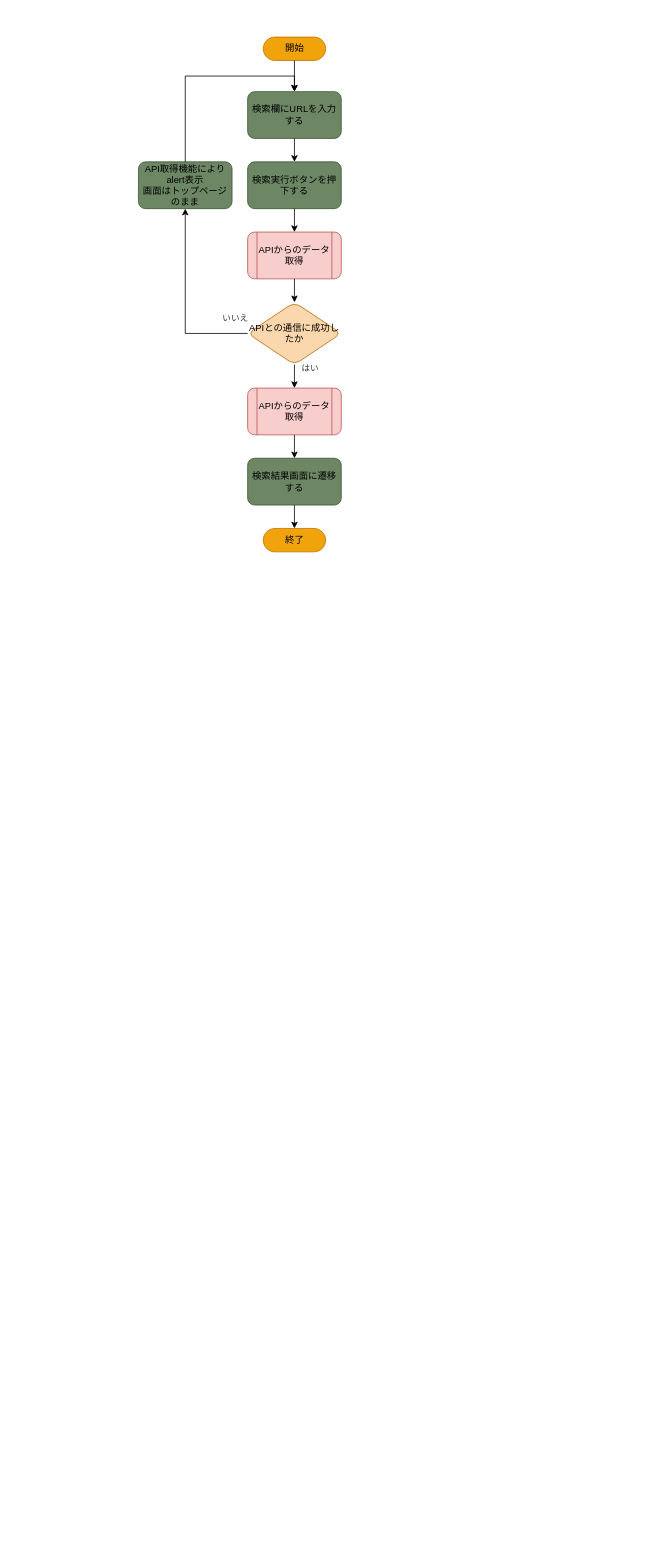
This is doc/詳細設計.drawio from divergen371/tech-investigator, a draw.io file, before an edit. Source tidied: cells renumbered, new cells numbered last; positions are measured from the earlier drawing's top-left corner, leaving out a move shared by most shapes. Both pictures are drawn from the tidied source at 78%, with x=0, y=0 at pixel (138, 37).
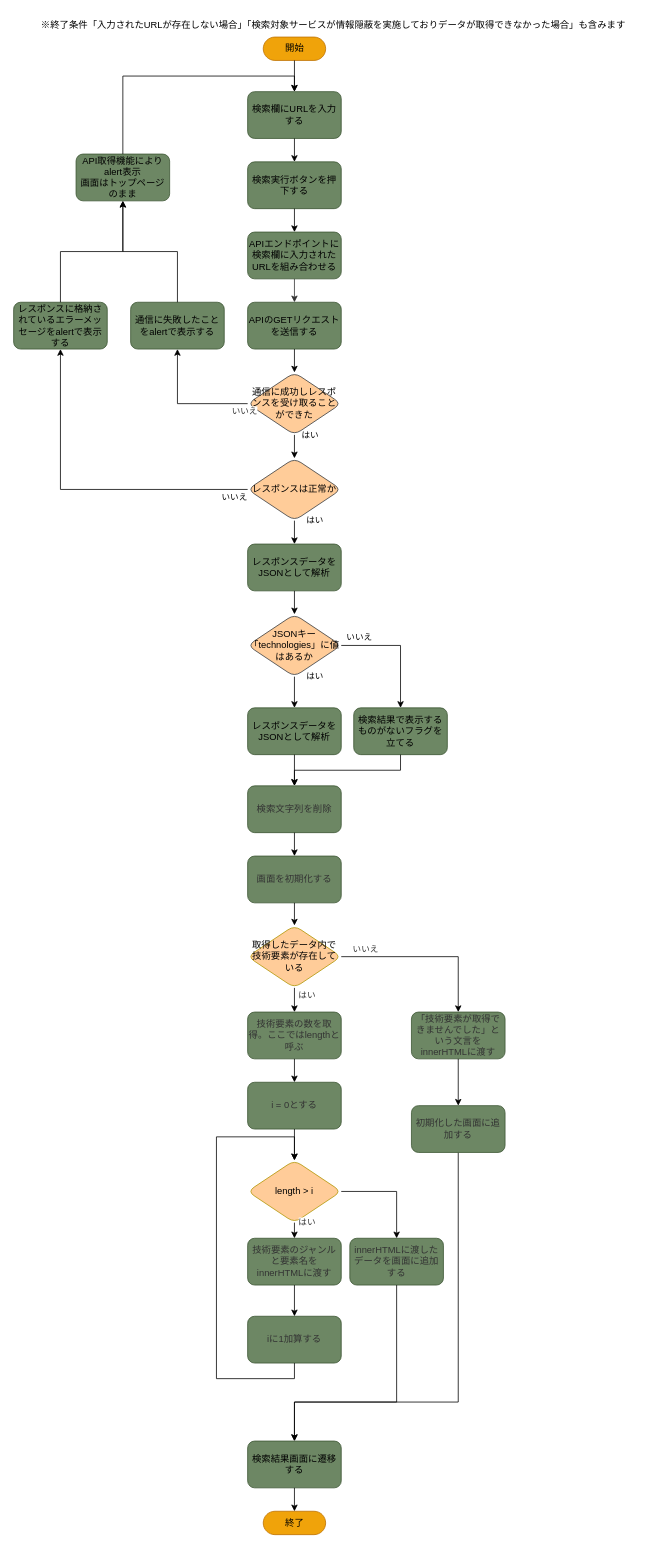
After the change.

The change refers to these unchanged cells:
```xml
<mxCell id="4" value="検索欄にURLを入力する" style="rounded=1;whiteSpace=wrap;html=1;fillColor=#6d8764;strokeColor=#3A5431;fontColor=#000000;" parent="1" vertex="1">
  <mxGeometry x="140" y="70" width="120" height="60" as="geometry" />
</mxCell>
<mxCell id="5" value="検索実行ボタンを押下する" style="rounded=1;whiteSpace=wrap;html=1;fillColor=#6d8764;strokeColor=#3A5431;fontColor=#000000;" parent="1" vertex="1">
  <mxGeometry x="140" y="160" width="120" height="60" as="geometry" />
</mxCell>
```

What changed in the source:
```diff
@@
     <mxCell id="7" value="検索結果画面に遷移する" style="rounded=1;whiteSpace=wrap;html=1;fillColor=#6d8764;strokeColor=#3A5431;fontColor=#000000;" parent="1" vertex="1">
-      <mxGeometry x="140" y="540" width="120" height="60" as="geometry" />
+      <mxGeometry x="140" y="1800" width="120" height="60" as="geometry" />
     </mxCell>
-    <mxCell id="8" style="endArrow=classic;html=1;fontColor=#000000;exitX=0.5;exitY=1;exitDx=0;exitDy=0;entryX=0.5;entryY=0;entryDx=0;entryDy=0;" parent="1" edge="1" source="5" target="16">
-      <mxGeometry relative="1" as="geometry" />
+    <mxCell id="8" style="endArrow=classic;html=1;fontColor=#000000;exitX=0.5;exitY=1;exitDx=0;exitDy=0;entryX=0.5;entryY=0;entryDx=0;entryDy=0;" parent="1" edge="1" source="5">
+      <mxGeometry relative="1" as="geometry">
+        <mxPoint x="200" y="250" as="targetPoint" />
+      </mxGeometry>
     </mxCell>
     <mxCell id="9" value="終了" style="html=1;dashed=0;whitespace=wrap;shape=mxgraph.dfd.start;fillColor=#f0a30a;strokeColor=#BD7000;fontColor=#000000;" parent="1" vertex="1">
-      <mxGeometry x="160" y="630" width="80" height="30" as="geometry" />
+      <mxGeometry x="160" y="1890" width="80" height="30" as="geometry" />
     </mxCell>
@@
-    <mxCell id="11" value="APIとの通信に成功したか" style="rhombus;whiteSpace=wrap;html=1;rounded=1;labelBackgroundColor=none;fillColor=#fad7ac;strokeColor=#b46504;" parent="1" vertex="1">
-      <mxGeometry x="140" y="340" width="120" height="80" as="geometry" />
-    </mxCell>
-    <mxCell id="12" value="はい" style="endArrow=classic;html=1;rounded=0;fontColor=#333333;exitX=0.5;exitY=1;exitDx=0;exitDy=0;entryX=0.5;entryY=0;entryDx=0;entryDy=0;" parent="1" edge="1" source="11" target="18">
-      <mxGeometry x="-0.67" y="20" relative="1" as="geometry" />
-    </mxCell>
-    <mxCell id="13" value="いいえ" style="endArrow=classic;html=1;rounded=0;fontColor=#333333;exitX=0;exitY=0.5;exitDx=0;exitDy=0;entryX=0.5;entryY=1;entryDx=0;entryDy=0;edgeStyle=orthogonalEdgeStyle;" parent="1" edge="1" source="11" target="14">
-      <mxGeometry x="-0.87" y="-20" relative="1" as="geometry" />
-    </mxCell>
     <mxCell id="14" value="API取得機能によりalert表示&lt;br&gt;画面はトップページのまま" style="rounded=1;whiteSpace=wrap;html=1;fillColor=#6d8764;strokeColor=#3A5431;fontColor=#000000;" parent="1" vertex="1">
-      <mxGeometry y="160" width="120" height="60" as="geometry" />
+      <mxGeometry x="-80" y="150" width="120" height="60" as="geometry" />
     </mxCell>
     <mxCell id="15" style="endArrow=classic;html=1;rounded=0;fontColor=#333333;exitX=0.5;exitY=0;exitDx=0;exitDy=0;entryX=0.5;entryY=0;entryDx=0;entryDy=0;edgeStyle=orthogonalEdgeStyle;" parent="1" edge="1" source="14" target="4">
       <mxGeometry relative="1" as="geometry">
         <Array as="points">
-          <mxPoint x="60" y="50" />
+          <mxPoint x="-20" y="50" />
           <mxPoint x="200" y="50" />
         </Array>
       </mxGeometry>
     </mxCell>
-    <mxCell id="16" value="APIからのデータ取得" style="shape=process;whiteSpace=wrap;html=1;backgroundOutline=1;rounded=1;fillColor=#f8cecc;strokeColor=#b85450;" parent="1" vertex="1">
-      <mxGeometry x="140" y="250" width="120" height="60" as="geometry" />
-    </mxCell>
-    <mxCell id="17" style="endArrow=classic;html=1;exitX=0.5;exitY=1;exitDx=0;exitDy=0;entryX=0.5;entryY=0;entryDx=0;entryDy=0;" parent="1" edge="1" source="16" target="11">
-      <mxGeometry relative="1" as="geometry" />
-    </mxCell>
-    <mxCell id="18" value="APIからのデータ取得" style="shape=process;whiteSpace=wrap;html=1;backgroundOutline=1;rounded=1;fillColor=#f8cecc;strokeColor=#b85450;" parent="1" vertex="1">
-      <mxGeometry x="140" y="450" width="120" height="60" as="geometry" />
-    </mxCell>
-    <mxCell id="19" style="endArrow=classic;html=1;exitX=0.5;exitY=1;exitDx=0;exitDy=0;entryX=0.5;entryY=0;entryDx=0;entryDy=0;" parent="1" edge="1" source="18" target="7">
-      <mxGeometry relative="1" as="geometry" />
-    </mxCell>
+    <mxCell id="20" value="APIエンドポイントに検索欄に入力されたURLを組み合わせる" style="rounded=1;whiteSpace=wrap;html=1;labelBackgroundColor=none;fontColor=#000000;fillColor=#6d8764;strokeColor=#3A5431;" parent="1" vertex="1">
+      <mxGeometry x="140" y="250" width="120" height="60" as="geometry" />
+    </mxCell>
+    <mxCell id="21" value="レスポンスは正常か" style="rhombus;whiteSpace=wrap;html=1;labelBackgroundColor=none;fillColor=#ffcc99;strokeColor=#36393d;rounded=1;" parent="1" vertex="1">
+      <mxGeometry x="140" y="540" width="120" height="80" as="geometry" />
+    </mxCell>
+    <mxCell id="22" value="APIのGETリクエストを送信する" style="rounded=1;whiteSpace=wrap;html=1;labelBackgroundColor=none;fontColor=#000000;fillColor=#6d8764;strokeColor=#3A5431;" parent="1" vertex="1">
+      <mxGeometry x="140" y="340" width="120" height="60" as="geometry" />
+    </mxCell>
+    <mxCell id="23" style="endArrow=classic;html=1;strokeColor=#333333;fontColor=#000000;exitX=0.5;exitY=1;exitDx=0;exitDy=0;" parent="1" edge="1" source="20" target="22">
+      <mxGeometry relative="1" as="geometry" />
+    </mxCell>
+    <mxCell id="24" style="endArrow=classic;html=1;exitX=0.5;exitY=1;exitDx=0;exitDy=0;entryX=0.5;entryY=0;entryDx=0;entryDy=0;" parent="1" edge="1" source="22" target="36">
+      <mxGeometry relative="1" as="geometry" />
+    </mxCell>
+    <mxCell id="25" value="はい" style="endArrow=classic;html=1;entryX=0.5;entryY=0;entryDx=0;entryDy=0;exitX=0.5;exitY=1;exitDx=0;exitDy=0;" parent="1" edge="1" source="36" target="21">
+      <mxGeometry x="-1" y="20" relative="1" as="geometry" />
+    </mxCell>
+    <mxCell id="26" value="いいえ" style="endArrow=classic;html=1;entryX=0.5;entryY=1;entryDx=0;entryDy=0;edgeStyle=orthogonalEdgeStyle;rounded=0;exitX=0;exitY=0.5;exitDx=0;exitDy=0;" parent="1" edge="1" source="21" target="27">
+      <mxGeometry x="-0.92" y="10" relative="1" as="geometry">
+        <Array as="points">
+          <mxPoint x="-100" y="580" />
+        </Array>
+      </mxGeometry>
+    </mxCell>
+    <mxCell id="27" value="レスポンスに格納されているエラーメッセージをalertで表示する" style="rounded=1;whiteSpace=wrap;html=1;labelBackgroundColor=none;fontColor=#000000;fillColor=#6d8764;strokeColor=#3A5431;" parent="1" vertex="1">
+      <mxGeometry x="-160" y="340" width="120" height="60" as="geometry" />
+    </mxCell>
+    <mxCell id="28" value="はい" style="endArrow=classic;html=1;rounded=0;exitX=0.5;exitY=1;exitDx=0;exitDy=0;entryX=0.5;entryY=0;entryDx=0;entryDy=0;" parent="1" edge="1" source="21" target="29">
+      <mxGeometry x="-1" y="26" relative="1" as="geometry" />
+    </mxCell>
+    <mxCell id="29" value="レスポンスデータをJSONとして解析" style="rounded=1;whiteSpace=wrap;html=1;labelBackgroundColor=none;fontColor=#000000;fillColor=#6d8764;strokeColor=#3A5431;" parent="1" vertex="1">
+      <mxGeometry x="140" y="650" width="120" height="60" as="geometry" />
+    </mxCell>
+    <mxCell id="30" value="JSONキー「technologies」に値はあるか" style="rhombus;whiteSpace=wrap;html=1;labelBackgroundColor=none;fillColor=#ffcc99;strokeColor=#36393d;rounded=1;" parent="1" vertex="1">
+      <mxGeometry x="140" y="740" width="120" height="80" as="geometry" />
+    </mxCell>
+    <mxCell id="31" style="endArrow=classic;html=1;rounded=0;exitX=0.5;exitY=1;exitDx=0;exitDy=0;entryX=0.5;entryY=0;entryDx=0;entryDy=0;" parent="1" edge="1" source="29" target="30">
+      <mxGeometry relative="1" as="geometry" />
+    </mxCell>
+    <mxCell id="32" value="レスポンスデータをJSONとして解析" style="rounded=1;whiteSpace=wrap;html=1;labelBackgroundColor=none;fontColor=#000000;fillColor=#6d8764;strokeColor=#3A5431;" parent="1" vertex="1">
+      <mxGeometry x="140" y="860" width="120" height="60" as="geometry" />
+    </mxCell>
+    <mxCell id="33" value="はい" style="endArrow=classic;html=1;rounded=0;exitX=0.5;exitY=1;exitDx=0;exitDy=0;" parent="1" edge="1" source="30" target="32">
+      <mxGeometry x="-1" y="26" relative="1" as="geometry" />
+    </mxCell>
+    <mxCell id="34" value="検索結果で表示するものがないフラグを立てる" style="rounded=1;whiteSpace=wrap;html=1;labelBackgroundColor=none;fontColor=#000000;fillColor=#6d8764;strokeColor=#3A5431;" parent="1" vertex="1">
+      <mxGeometry x="276" y="860" width="120" height="60" as="geometry" />
+    </mxCell>
+    <mxCell id="35" value="いいえ" style="endArrow=classic;html=1;rounded=0;exitX=1;exitY=0.5;exitDx=0;exitDy=0;entryX=0.5;entryY=0;entryDx=0;entryDy=0;edgeStyle=orthogonalEdgeStyle;" parent="1" edge="1" source="30" target="34">
+      <mxGeometry x="-0.7" y="10" relative="1" as="geometry" />
+    </mxCell>
+    <mxCell id="36" value="通信に成功しレスポンスを受け取ることができた" style="rhombus;whiteSpace=wrap;html=1;labelBackgroundColor=none;fillColor=#ffcc99;strokeColor=#36393d;rounded=1;" parent="1" vertex="1">
+      <mxGeometry x="140" y="430" width="120" height="80" as="geometry" />
+    </mxCell>
+    <mxCell id="37" value="通信に失敗したことをalertで表示する" style="rounded=1;whiteSpace=wrap;html=1;labelBackgroundColor=none;fontColor=#000000;fillColor=#6d8764;strokeColor=#3A5431;" parent="1" vertex="1">
+      <mxGeometry x="-10" y="340" width="120" height="60" as="geometry" />
+    </mxCell>
+    <mxCell id="13" value="いいえ" style="endArrow=classic;html=1;rounded=0;fontColor=#333333;exitX=0;exitY=0.5;exitDx=0;exitDy=0;entryX=0.5;entryY=1;entryDx=0;entryDy=0;edgeStyle=orthogonalEdgeStyle;" parent="1" edge="1" source="36" target="37">
+      <mxGeometry x="-0.95" y="10" relative="1" as="geometry" />
+    </mxCell>
+    <mxCell id="38" value="検索文字列を削除" style="rounded=1;whiteSpace=wrap;html=1;labelBackgroundColor=none;fillColor=#6d8764;fontColor=#333333;strokeColor=#3A5431;" parent="1" vertex="1">
+      <mxGeometry x="140" y="960" width="120" height="60" as="geometry" />
+    </mxCell>
+    <mxCell id="39" value="画面を初期化する" style="rounded=1;whiteSpace=wrap;html=1;labelBackgroundColor=none;fillColor=#6d8764;fontColor=#333333;strokeColor=#3A5431;" parent="1" vertex="1">
+      <mxGeometry x="140" y="1050" width="120" height="60" as="geometry" />
+    </mxCell>
+    <mxCell id="40" value="&lt;span style=&quot;color: rgb(0, 0, 0); background-color: rgb(255, 255, 255);&quot;&gt;※終了条件「入力されたURLが存在しない場合」&lt;/span&gt;&lt;span style=&quot;color: rgb(0, 0, 0); background-color: rgb(255, 255, 255);&quot;&gt;「検索対象サービスが情報隠蔽を実施しておりデータが取得できなかった場合」も含みます&lt;/span&gt;" style="text;html=1;strokeColor=none;fillColor=none;align=center;verticalAlign=middle;whiteSpace=wrap;rounded=0;labelBackgroundColor=none;fontColor=#333333;" parent="1" vertex="1">
+      <mxGeometry x="-160" y="-30" width="820" height="30" as="geometry" />
+    </mxCell>
+    <mxCell id="41" style="endArrow=classic;html=1;rounded=0;fontColor=#333333;exitX=0.5;exitY=1;exitDx=0;exitDy=0;entryX=0.5;entryY=0;entryDx=0;entryDy=0;" parent="1" edge="1" source="38" target="39">
+      <mxGeometry relative="1" as="geometry" />
+    </mxCell>
+    <mxCell id="42" value="取得したデータ内で技術要素が存在している" style="rhombus;whiteSpace=wrap;html=1;labelBackgroundColor=none;fontColor=#000000;rounded=1;fillColor=#FFCC99;strokeColor=#B09500;" parent="1" vertex="1">
+      <mxGeometry x="140" y="1139" width="120" height="80" as="geometry" />
+    </mxCell>
+    <mxCell id="43" style="endArrow=classic;html=1;rounded=0;fontColor=#333333;exitX=0.5;exitY=1;exitDx=0;exitDy=0;entryX=0.5;entryY=0;entryDx=0;entryDy=0;" parent="1" edge="1" source="39" target="42">
+      <mxGeometry relative="1" as="geometry" />
+    </mxCell>
+    <mxCell id="44" value="技術要素の数を取得。ここではlengthと呼ぶ" style="rounded=1;whiteSpace=wrap;html=1;labelBackgroundColor=none;fillColor=#6d8764;fontColor=#333333;strokeColor=#3A5431;" parent="1" vertex="1">
+      <mxGeometry x="140" y="1250" width="120" height="60" as="geometry" />
+    </mxCell>
+    <mxCell id="45" value="「技術要素が取得できませんでした」という文言をinnerHTMLに渡す" style="rounded=1;whiteSpace=wrap;html=1;labelBackgroundColor=none;fillColor=#6d8764;fontColor=#333333;strokeColor=#3A5431;" parent="1" vertex="1">
+      <mxGeometry x="350" y="1250" width="120" height="60" as="geometry" />
+    </mxCell>
+    <mxCell id="46" value="いいえ" style="endArrow=classic;html=1;rounded=0;fontColor=#333333;exitX=1;exitY=0.5;exitDx=0;exitDy=0;entryX=0.5;entryY=0;entryDx=0;entryDy=0;edgeStyle=orthogonalEdgeStyle;" parent="1" edge="1" source="42" target="45">
+      <mxGeometry x="-0.72" y="10" relative="1" as="geometry" />
+    </mxCell>
+    <mxCell id="47" value="はい" style="endArrow=classic;html=1;rounded=0;fontColor=#333333;entryX=0.5;entryY=0;entryDx=0;entryDy=0;" parent="1" edge="1" source="42" target="44">
+      <mxGeometry x="-0.33" y="16" relative="1" as="geometry" />
+    </mxCell>
+    <mxCell id="48" value="length &amp;gt; i" style="rhombus;whiteSpace=wrap;html=1;labelBackgroundColor=none;fontColor=#000000;rounded=1;fillColor=#FFCC99;strokeColor=#B09500;" parent="1" vertex="1">
+      <mxGeometry x="140" y="1440" width="120" height="80" as="geometry" />
+    </mxCell>
+    <mxCell id="49" style="endArrow=classic;html=1;rounded=0;fontColor=#333333;exitX=0.5;exitY=1;exitDx=0;exitDy=0;entryX=0.5;entryY=0;entryDx=0;entryDy=0;" parent="1" edge="1" source="44" target="51">
+      <mxGeometry relative="1" as="geometry" />
+    </mxCell>
+    <mxCell id="50" value="技術要素のジャンルと要素名をinnerHTMLに渡す" style="rounded=1;whiteSpace=wrap;html=1;labelBackgroundColor=none;fillColor=#6d8764;fontColor=#333333;strokeColor=#3A5431;" parent="1" vertex="1">
+      <mxGeometry x="140" y="1540" width="120" height="60" as="geometry" />
+    </mxCell>
+    <mxCell id="12" value="はい" style="endArrow=classic;html=1;rounded=0;fontColor=#333333;exitX=0.5;exitY=1;exitDx=0;exitDy=0;entryX=0.5;entryY=0;entryDx=0;entryDy=0;" parent="1" edge="1" source="48" target="50">
+      <mxGeometry x="-1" y="16" relative="1" as="geometry" />
+    </mxCell>
+    <mxCell id="51" value="i = 0とする" style="rounded=1;whiteSpace=wrap;html=1;labelBackgroundColor=none;fillColor=#6d8764;fontColor=#333333;strokeColor=#3A5431;" parent="1" vertex="1">
+      <mxGeometry x="140" y="1340" width="120" height="60" as="geometry" />
+    </mxCell>
+    <mxCell id="52" style="endArrow=classic;html=1;rounded=0;fontColor=#333333;exitX=0.5;exitY=1;exitDx=0;exitDy=0;entryX=0.5;entryY=0;entryDx=0;entryDy=0;" parent="1" edge="1" source="51" target="48">
+      <mxGeometry relative="1" as="geometry" />
+    </mxCell>
+    <mxCell id="53" value="iに1加算する" style="rounded=1;whiteSpace=wrap;html=1;labelBackgroundColor=none;fillColor=#6d8764;fontColor=#333333;strokeColor=#3A5431;" parent="1" vertex="1">
+      <mxGeometry x="140" y="1640" width="120" height="60" as="geometry" />
+    </mxCell>
+    <mxCell id="54" style="endArrow=classic;html=1;rounded=0;fontColor=#333333;exitX=0.5;exitY=1;exitDx=0;exitDy=0;entryX=0.5;entryY=0;entryDx=0;entryDy=0;" parent="1" edge="1" source="50" target="53">
+      <mxGeometry relative="1" as="geometry" />
+    </mxCell>
+    <mxCell id="55" style="endArrow=classic;html=1;rounded=0;fontColor=#333333;exitX=0.5;exitY=1;exitDx=0;exitDy=0;edgeStyle=orthogonalEdgeStyle;entryX=0.5;entryY=0;entryDx=0;entryDy=0;" parent="1" edge="1" source="53" target="48">
+      <mxGeometry relative="1" as="geometry">
+        <Array as="points">
+          <mxPoint x="200" y="1720" />
+          <mxPoint x="100" y="1720" />
+          <mxPoint x="100" y="1410" />
+          <mxPoint x="200" y="1410" />
+        </Array>
+      </mxGeometry>
+    </mxCell>
+    <mxCell id="56" style="endArrow=classic;html=1;rounded=0;fontColor=#333333;entryX=0.5;entryY=0;entryDx=0;entryDy=0;edgeStyle=orthogonalEdgeStyle;exitX=0.5;exitY=1;exitDx=0;exitDy=0;" parent="1" edge="1" source="57" target="7">
+      <mxGeometry relative="1" as="geometry">
+        <Array as="points">
+          <mxPoint x="410" y="1750" />
+          <mxPoint x="200" y="1750" />
+        </Array>
+      </mxGeometry>
+    </mxCell>
+    <mxCell id="57" value="初期化した画面に追加する" style="rounded=1;whiteSpace=wrap;html=1;labelBackgroundColor=none;fillColor=#6d8764;fontColor=#333333;strokeColor=#3A5431;" parent="1" vertex="1">
+      <mxGeometry x="350" y="1370" width="120" height="60" as="geometry" />
+    </mxCell>
+    <mxCell id="58" style="endArrow=classic;html=1;exitX=0.5;exitY=1;exitDx=0;exitDy=0;entryX=0.5;entryY=0;entryDx=0;entryDy=0;" parent="1" edge="1" source="45" target="57">
+      <mxGeometry relative="1" as="geometry" />
+    </mxCell>
+    <mxCell id="59" style="endArrow=classic;html=1;jumpStyle=none;exitX=0.5;exitY=0;exitDx=0;exitDy=0;entryX=0.5;entryY=1;entryDx=0;entryDy=0;edgeStyle=orthogonalEdgeStyle;rounded=0;" parent="1" edge="1" source="27" target="14">
+      <mxGeometry relative="1" as="geometry" />
+    </mxCell>
+    <mxCell id="60" style="endArrow=classic;html=1;jumpStyle=none;exitX=0.5;exitY=0;exitDx=0;exitDy=0;entryX=0.5;entryY=1;entryDx=0;entryDy=0;edgeStyle=orthogonalEdgeStyle;rounded=0;" parent="1" edge="1" source="37" target="14">
+      <mxGeometry relative="1" as="geometry" />
+    </mxCell>
+    <mxCell id="61" value="innerHTMLに渡したデータを画面に追加する" style="rounded=1;whiteSpace=wrap;html=1;labelBackgroundColor=none;fillColor=#6d8764;fontColor=#333333;strokeColor=#3A5431;" parent="1" vertex="1">
+      <mxGeometry x="271" y="1540" width="120" height="60" as="geometry" />
+    </mxCell>
+    <mxCell id="62" style="endArrow=classic;html=1;rounded=0;jumpStyle=none;exitX=1;exitY=0.5;exitDx=0;exitDy=0;entryX=0.5;entryY=0;entryDx=0;entryDy=0;edgeStyle=orthogonalEdgeStyle;" parent="1" edge="1" source="48" target="61">
+      <mxGeometry relative="1" as="geometry" />
+    </mxCell>
+    <mxCell id="63" style="endArrow=classic;html=1;rounded=0;jumpStyle=none;exitX=0.5;exitY=1;exitDx=0;exitDy=0;entryX=0.5;entryY=0;entryDx=0;entryDy=0;edgeStyle=orthogonalEdgeStyle;" parent="1" edge="1" source="61" target="7">
+      <mxGeometry relative="1" as="geometry">
+        <Array as="points">
+          <mxPoint x="331" y="1750" />
+          <mxPoint x="200" y="1750" />
+        </Array>
+      </mxGeometry>
+    </mxCell>
+    <mxCell id="64" style="endArrow=classic;html=1;rounded=0;jumpStyle=none;exitX=0.5;exitY=1;exitDx=0;exitDy=0;entryX=0.5;entryY=0;entryDx=0;entryDy=0;" parent="1" edge="1" source="32" target="38">
+      <mxGeometry relative="1" as="geometry" />
+    </mxCell>
+    <mxCell id="65" style="endArrow=classic;html=1;rounded=0;jumpStyle=none;exitX=0.5;exitY=1;exitDx=0;exitDy=0;entryX=0.5;entryY=0;entryDx=0;entryDy=0;edgeStyle=orthogonalEdgeStyle;" parent="1" edge="1" source="34" target="38">
+      <mxGeometry relative="1" as="geometry" />
+    </mxCell>
```
